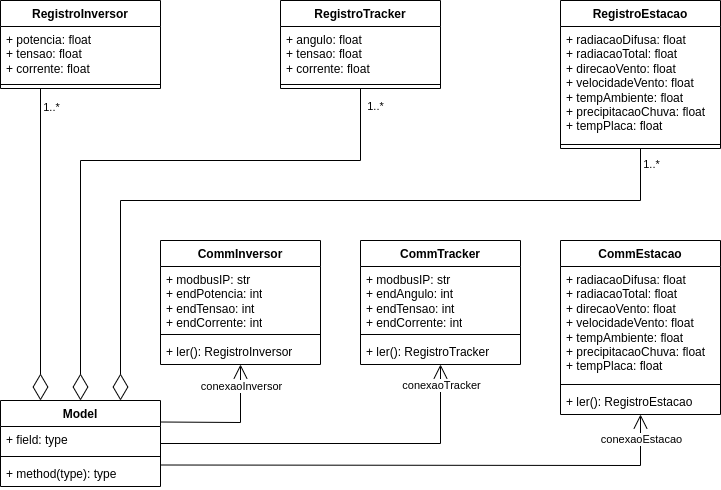
This is diagrama de classes.drawio.png from jaedson-barbosa/supervisorio-solar-ufpb-docs, a draw.io export, as it was before one commit. Source tidied: cells renumbered, new cells last; positions are measured from the earlier drawing's top-left corner, leaving out a move shared by most shapes.
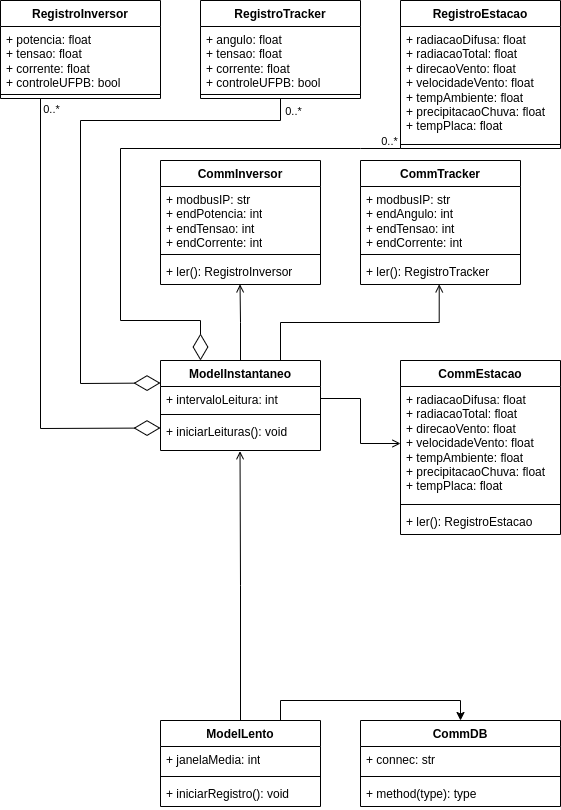
After the change.

The edit, as a diff of the source:
```diff
@@ -3,25 +3,25 @@
     <mxCell id="0" />
     <mxCell id="1" parent="0" />
     <mxCell id="2" value="RegistroInversor" style="swimlane;fontStyle=1;align=center;verticalAlign=top;horizontal=1;startSize=26;whiteSpace=wrap;html=1;" parent="1" vertex="1">
-      <mxGeometry width="160" height="88" as="geometry" />
+      <mxGeometry x="-40" y="-40" width="160" height="98" as="geometry" />
     </mxCell>
-    <mxCell id="3" value="+ potencia: float&lt;br&gt;+ tensao: float&lt;br&gt;+ corrente: float" style="text;strokeColor=none;fillColor=none;align=left;verticalAlign=top;spacingLeft=4;spacingRight=4;overflow=hidden;whiteSpace=wrap;html=1;" parent="2" vertex="1">
-      <mxGeometry y="26" width="160" height="54" as="geometry" />
+    <mxCell id="3" value="+ potencia: float&lt;br&gt;+ tensao: float&lt;br&gt;+ corrente: float&lt;br&gt;+ controleUFPB: bool" style="text;strokeColor=none;fillColor=none;align=left;verticalAlign=top;spacingLeft=4;spacingRight=4;overflow=hidden;whiteSpace=wrap;html=1;" parent="2" vertex="1">
+      <mxGeometry y="26" width="160" height="64" as="geometry" />
     </mxCell>
     <mxCell id="4" style="line;strokeWidth=1;fillColor=none;align=left;verticalAlign=middle;spacingTop=-1;spacingLeft=3;spacingRight=3;labelPosition=right;strokeColor=inherit;" parent="2" vertex="1">
-      <mxGeometry y="80" width="160" height="8" as="geometry" />
+      <mxGeometry y="90" width="160" height="8" as="geometry" />
     </mxCell>
     <mxCell id="5" value="RegistroTracker" style="swimlane;fontStyle=1;align=center;verticalAlign=top;horizontal=1;startSize=26;whiteSpace=wrap;html=1;" parent="1" vertex="1">
-      <mxGeometry x="280" width="160" height="88" as="geometry" />
+      <mxGeometry x="160" y="-40" width="160" height="98" as="geometry" />
     </mxCell>
-    <mxCell id="6" value="+ angulo: float&lt;br&gt;+ tensao: float&lt;br&gt;+ corrente: float" style="text;strokeColor=none;fillColor=none;align=left;verticalAlign=top;spacingLeft=4;spacingRight=4;overflow=hidden;whiteSpace=wrap;html=1;" parent="5" vertex="1">
-      <mxGeometry y="26" width="160" height="54" as="geometry" />
+    <mxCell id="6" value="+ angulo: float&lt;br&gt;+ tensao: float&lt;br&gt;+ corrente: float&lt;br&gt;+ controleUFPB: bool" style="text;strokeColor=none;fillColor=none;align=left;verticalAlign=top;spacingLeft=4;spacingRight=4;overflow=hidden;whiteSpace=wrap;html=1;" parent="5" vertex="1">
+      <mxGeometry y="26" width="160" height="64" as="geometry" />
     </mxCell>
     <mxCell id="7" style="line;strokeWidth=1;fillColor=none;align=left;verticalAlign=middle;spacingTop=-1;spacingLeft=3;spacingRight=3;labelPosition=right;strokeColor=inherit;" parent="5" vertex="1">
-      <mxGeometry y="80" width="160" height="8" as="geometry" />
+      <mxGeometry y="90" width="160" height="8" as="geometry" />
     </mxCell>
     <mxCell id="8" value="RegistroEstacao" style="swimlane;fontStyle=1;align=center;verticalAlign=top;horizontal=1;startSize=26;whiteSpace=wrap;html=1;" parent="1" vertex="1">
-      <mxGeometry x="560" width="160" height="148" as="geometry" />
+      <mxGeometry x="360" y="-40" width="160" height="148" as="geometry" />
     </mxCell>
     <mxCell id="9" value="+ radiacaoDifusa: float&lt;br&gt;+ radiacaoTotal: float&lt;br&gt;+ direcaoVento: float&lt;br&gt;+ velocidadeVento: float&lt;br&gt;+ tempAmbiente: float&lt;br&gt;+ precipitacaoChuva: float&lt;br&gt;+ tempPlaca: float" style="text;strokeColor=none;fillColor=none;align=left;verticalAlign=top;spacingLeft=4;spacingRight=4;overflow=hidden;whiteSpace=wrap;html=1;" parent="8" vertex="1">
       <mxGeometry y="26" width="160" height="114" as="geometry" />
@@ -29,54 +29,49 @@
     <mxCell id="10" style="line;strokeWidth=1;fillColor=none;align=left;verticalAlign=middle;spacingTop=-1;spacingLeft=3;spacingRight=3;labelPosition=right;strokeColor=inherit;" parent="8" vertex="1">
       <mxGeometry y="140" width="160" height="8" as="geometry" />
     </mxCell>
-    <mxCell id="11" value="Model" style="swimlane;fontStyle=1;align=center;verticalAlign=top;horizontal=1;startSize=26;whiteSpace=wrap;html=1;" parent="1" vertex="1">
-      <mxGeometry y="400" width="160" height="86" as="geometry" />
-    </mxCell>
-    <mxCell id="12" value="+ field: type" style="text;strokeColor=none;fillColor=none;align=left;verticalAlign=top;spacingLeft=4;spacingRight=4;overflow=hidden;points=[[0,0.5],[1,0.5]];portConstraint=eastwest;whiteSpace=wrap;html=1;" parent="11" vertex="1">
-      <mxGeometry y="26" width="160" height="26" as="geometry" />
-    </mxCell>
-    <mxCell id="13" style="line;strokeWidth=1;fillColor=none;align=left;verticalAlign=middle;spacingTop=-1;spacingLeft=3;spacingRight=3;labelPosition=right;strokeColor=inherit;" parent="11" vertex="1">
-      <mxGeometry y="52" width="160" height="8" as="geometry" />
-    </mxCell>
-    <mxCell id="14" value="+ method(type): type" style="text;strokeColor=none;fillColor=none;align=left;verticalAlign=top;spacingLeft=4;spacingRight=4;overflow=hidden;points=[[0,0.5],[1,0.5]];portConstraint=eastwest;whiteSpace=wrap;html=1;" parent="11" vertex="1">
-      <mxGeometry y="60" width="160" height="26" as="geometry" />
-    </mxCell>
-    <mxCell id="15" style="endArrow=diamondThin;endFill=0;endSize=24;html=1;rounded=0;entryX=0.25;entryY=0;entryDx=0;entryDy=0;exitX=0.25;exitY=1;exitDx=0;exitDy=0;" parent="1" edge="1" source="2" target="11">
-      <mxGeometry relative="1" as="geometry" />
+    <mxCell id="15" style="endArrow=diamondThin;endFill=0;endSize=24;html=1;rounded=0;exitX=0.25;exitY=1;exitDx=0;exitDy=0;entryX=0;entryY=0.75;entryDx=0;entryDy=0;" parent="1" edge="1" source="2" target="11">
+      <mxGeometry relative="1" as="geometry">
+        <Array as="points">
+          <mxPoint y="388" />
+        </Array>
+      </mxGeometry>
     </mxCell>
-    <mxCell id="16" value="1..*" style="edgeLabel;html=1;align=center;verticalAlign=middle;" parent="15" vertex="1">
+    <mxCell id="16" value="0..*" style="edgeLabel;html=1;align=center;verticalAlign=middle;" parent="15" vertex="1">
       <mxGeometry x="-0.7" y="2" relative="1" as="geometry">
-        <mxPoint x="8" y="-29" as="offset" />
+        <mxPoint x="8" y="-58" as="offset" />
       </mxGeometry>
     </mxCell>
-    <mxCell id="17" style="endArrow=diamondThin;endFill=0;endSize=24;html=1;rounded=0;entryX=0.5;entryY=0;entryDx=0;entryDy=0;exitX=0.5;exitY=1;exitDx=0;exitDy=0;" parent="1" edge="1" source="5" target="11">
+    <mxCell id="17" style="endArrow=diamondThin;endFill=0;endSize=24;html=1;rounded=0;exitX=0.5;exitY=1;exitDx=0;exitDy=0;entryX=0;entryY=0.25;entryDx=0;entryDy=0;" parent="1" edge="1" source="5" target="11">
       <mxGeometry relative="1" as="geometry">
         <Array as="points">
-          <mxPoint x="360" y="160" />
-          <mxPoint x="80" y="160" />
+          <mxPoint x="240" y="80" />
+          <mxPoint x="40" y="80" />
+          <mxPoint x="40" y="343" />
         </Array>
       </mxGeometry>
     </mxCell>
-    <mxCell id="18" value="1..*" style="edgeLabel;html=1;align=center;verticalAlign=middle;" parent="17" vertex="1">
+    <mxCell id="18" value="0..*" style="edgeLabel;html=1;align=center;verticalAlign=middle;" parent="17" vertex="1">
       <mxGeometry x="-0.96" relative="1" as="geometry">
-        <mxPoint x="14" y="4" as="offset" />
+        <mxPoint x="12" as="offset" />
       </mxGeometry>
     </mxCell>
-    <mxCell id="19" style="endArrow=diamondThin;endFill=0;endSize=24;html=1;rounded=0;entryX=0.75;entryY=0;entryDx=0;entryDy=0;exitX=0.5;exitY=1;exitDx=0;exitDy=0;" parent="1" edge="1" source="8" target="11">
+    <mxCell id="19" style="endArrow=diamondThin;endFill=0;endSize=24;html=1;rounded=0;exitX=0;exitY=1;exitDx=0;exitDy=0;entryX=0.25;entryY=0;entryDx=0;entryDy=0;" parent="1" edge="1" source="8" target="11">
       <mxGeometry relative="1" as="geometry">
         <Array as="points">
-          <mxPoint x="640" y="200" />
-          <mxPoint x="120" y="200" />
+          <mxPoint x="320" y="108" />
+          <mxPoint x="80" y="108" />
+          <mxPoint x="80" y="280" />
+          <mxPoint x="160" y="280" />
         </Array>
       </mxGeometry>
     </mxCell>
-    <mxCell id="20" value="1..*" style="edgeLabel;html=1;align=center;verticalAlign=middle;" parent="19" vertex="1">
-      <mxGeometry x="-0.96" y="2" relative="1" as="geometry">
-        <mxPoint x="8" as="offset" />
-      </mxGeometry>
-    </mxCell>
+    <mxCell id="39" value="0..*" style="edgeLabel;html=1;align=center;verticalAlign=middle;" parent="19" vertex="1">
+      <mxGeometry x="-0.96" y="1" relative="1" as="geometry">
+        <mxPoint y="-9" as="offset" />
+      </mxGeometry>
+    </mxCell>
     <mxCell id="21" value="CommInversor" style="swimlane;fontStyle=1;align=center;verticalAlign=top;horizontal=1;startSize=26;whiteSpace=wrap;html=1;" parent="1" vertex="1">
-      <mxGeometry x="160" y="240" width="160" height="124" as="geometry" />
+      <mxGeometry x="120" y="120" width="160" height="124" as="geometry" />
     </mxCell>
     <mxCell id="22" value="+ modbusIP: str&lt;br&gt;+ endPotencia: int&lt;br&gt;+ endTensao: int&lt;br&gt;+ endCorrente: int" style="text;strokeColor=none;fillColor=none;align=left;verticalAlign=top;spacingLeft=4;spacingRight=4;overflow=hidden;whiteSpace=wrap;html=1;" parent="21" vertex="1">
       <mxGeometry y="26" width="160" height="64" as="geometry" />
@@ -88,7 +83,7 @@
       <mxGeometry y="98" width="160" height="26" as="geometry" />
     </mxCell>
     <mxCell id="25" value="CommTracker" style="swimlane;fontStyle=1;align=center;verticalAlign=top;horizontal=1;startSize=26;whiteSpace=wrap;html=1;" parent="1" vertex="1">
-      <mxGeometry x="360" y="240" width="160" height="124" as="geometry" />
+      <mxGeometry x="320" y="120" width="160" height="124" as="geometry" />
     </mxCell>
     <mxCell id="26" value="+ modbusIP: str&lt;br&gt;+ endAngulo: int&lt;br&gt;+ endTensao: int&lt;br&gt;+ endCorrente: int" style="text;strokeColor=none;fillColor=none;align=left;verticalAlign=top;spacingLeft=4;spacingRight=4;overflow=hidden;whiteSpace=wrap;html=1;" parent="25" vertex="1">
       <mxGeometry y="26" width="160" height="64" as="geometry" />
@@ -99,42 +94,8 @@
     <mxCell id="28" value="+ ler(): RegistroTracker" style="text;strokeColor=none;fillColor=none;align=left;verticalAlign=top;spacingLeft=4;spacingRight=4;overflow=hidden;points=[[0,0.5],[1,0.5]];portConstraint=eastwest;whiteSpace=wrap;html=1;" parent="25" vertex="1">
       <mxGeometry y="98" width="160" height="26" as="geometry" />
     </mxCell>
-    <mxCell id="29" style="endArrow=open;endFill=1;endSize=12;html=1;rounded=0;exitX=1;exitY=0.25;exitDx=0;exitDy=0;entryX=0.5;entryY=1;entryDx=0;entryDy=0;" parent="1" edge="1" source="11" target="21">
-      <mxGeometry relative="1" as="geometry">
-        <Array as="points">
-          <mxPoint x="240" y="422" />
-        </Array>
-      </mxGeometry>
-    </mxCell>
-    <mxCell id="30" value="conexaoInversor" style="edgeLabel;html=1;align=center;verticalAlign=middle;" parent="29" vertex="1">
-      <mxGeometry x="0.84" y="2" relative="1" as="geometry">
-        <mxPoint x="2" y="10" as="offset" />
-      </mxGeometry>
-    </mxCell>
-    <mxCell id="31" style="endArrow=open;endFill=1;endSize=12;html=1;rounded=0;entryX=0.5;entryY=1;entryDx=0;entryDy=0;exitX=1;exitY=0.5;exitDx=0;exitDy=0;" parent="1" edge="1" source="11" target="25">
-      <mxGeometry relative="1" as="geometry">
-        <Array as="points">
-          <mxPoint x="440" y="443" />
-        </Array>
-      </mxGeometry>
-    </mxCell>
-    <mxCell id="32" value="conexaoTracker" style="edgeLabel;html=1;align=center;verticalAlign=middle;" parent="31" vertex="1">
-      <mxGeometry x="0.89" relative="1" as="geometry" />
-    </mxCell>
-    <mxCell id="33" style="endArrow=open;endFill=1;endSize=12;html=1;rounded=0;exitX=1;exitY=0.75;exitDx=0;exitDy=0;entryX=0.5;entryY=1;entryDx=0;entryDy=0;" parent="1" edge="1" source="11" target="35">
-      <mxGeometry relative="1" as="geometry">
-        <Array as="points">
-          <mxPoint x="640" y="465" />
-        </Array>
-      </mxGeometry>
-    </mxCell>
-    <mxCell id="34" value="conexaoEstacao" style="edgeLabel;html=1;align=center;verticalAlign=middle;" parent="33" vertex="1">
-      <mxGeometry x="0.93" relative="1" as="geometry">
-        <mxPoint y="5" as="offset" />
-      </mxGeometry>
-    </mxCell>
     <mxCell id="35" value="CommEstacao" style="swimlane;fontStyle=1;align=center;verticalAlign=top;horizontal=1;startSize=26;whiteSpace=wrap;html=1;" parent="1" vertex="1">
-      <mxGeometry x="560" y="240" width="160" height="174" as="geometry" />
+      <mxGeometry x="360" y="320" width="160" height="174" as="geometry" />
     </mxCell>
     <mxCell id="36" value="+ radiacaoDifusa: float&lt;br style=&quot;border-color: var(--border-color);&quot;&gt;+ radiacaoTotal: float&lt;br style=&quot;border-color: var(--border-color);&quot;&gt;+ direcaoVento: float&lt;br style=&quot;border-color: var(--border-color);&quot;&gt;+ velocidadeVento: float&lt;br style=&quot;border-color: var(--border-color);&quot;&gt;+ tempAmbiente: float&lt;br style=&quot;border-color: var(--border-color);&quot;&gt;+ precipitacaoChuva: float&lt;br style=&quot;border-color: var(--border-color);&quot;&gt;+ tempPlaca: float" style="text;strokeColor=none;fillColor=none;align=left;verticalAlign=top;spacingLeft=4;spacingRight=4;overflow=hidden;points=[[0,0.5],[1,0.5]];portConstraint=eastwest;whiteSpace=wrap;html=1;" parent="35" vertex="1">
       <mxGeometry y="26" width="160" height="114" as="geometry" />
@@ -145,5 +106,56 @@
     <mxCell id="38" value="+ ler():&amp;nbsp;RegistroEstacao" style="text;strokeColor=none;fillColor=none;align=left;verticalAlign=top;spacingLeft=4;spacingRight=4;overflow=hidden;whiteSpace=wrap;html=1;" parent="35" vertex="1">
       <mxGeometry y="148" width="160" height="26" as="geometry" />
     </mxCell>
+    <mxCell id="40" style="edgeStyle=orthogonalEdgeStyle;rounded=0;jettySize=auto;html=1;exitX=0.5;exitY=0;exitDx=0;exitDy=0;entryX=0.497;entryY=1.023;entryDx=0;entryDy=0;entryPerimeter=0;endArrow=open;endFill=0;" parent="1" edge="1" source="42" target="14">
+      <mxGeometry relative="1" as="geometry" />
+    </mxCell>
+    <mxCell id="41" style="edgeStyle=orthogonalEdgeStyle;rounded=0;jettySize=auto;html=1;exitX=0.75;exitY=0;exitDx=0;exitDy=0;entryX=0.5;entryY=0;entryDx=0;entryDy=0;" parent="1" edge="1" source="42" target="46">
+      <mxGeometry relative="1" as="geometry" />
+    </mxCell>
+    <mxCell id="42" value="ModelLento" style="swimlane;fontStyle=1;align=center;verticalAlign=top;horizontal=1;startSize=26;whiteSpace=wrap;html=1;" parent="1" vertex="1">
+      <mxGeometry x="120" y="680" width="160" height="86" as="geometry" />
+    </mxCell>
+    <mxCell id="43" value="+ janelaMedia: int" style="text;strokeColor=none;fillColor=none;align=left;verticalAlign=top;spacingLeft=4;spacingRight=4;overflow=hidden;whiteSpace=wrap;html=1;" parent="42" vertex="1">
+      <mxGeometry y="26" width="160" height="26" as="geometry" />
+    </mxCell>
+    <mxCell id="44" style="line;strokeWidth=1;fillColor=none;align=left;verticalAlign=middle;spacingTop=-1;spacingLeft=3;spacingRight=3;labelPosition=right;strokeColor=inherit;" parent="42" vertex="1">
+      <mxGeometry y="52" width="160" height="8" as="geometry" />
+    </mxCell>
+    <mxCell id="45" value="+ iniciarRegistro(): void" style="text;strokeColor=none;fillColor=none;align=left;verticalAlign=top;spacingLeft=4;spacingRight=4;overflow=hidden;whiteSpace=wrap;html=1;" parent="42" vertex="1">
+      <mxGeometry y="60" width="160" height="26" as="geometry" />
+    </mxCell>
+    <mxCell id="46" value="CommDB" style="swimlane;fontStyle=1;align=center;verticalAlign=top;horizontal=1;startSize=26;whiteSpace=wrap;html=1;" parent="1" vertex="1">
+      <mxGeometry x="320" y="680" width="200" height="86" as="geometry" />
+    </mxCell>
+    <mxCell id="47" value="+ connec: str" style="text;strokeColor=none;fillColor=none;align=left;verticalAlign=top;spacingLeft=4;spacingRight=4;overflow=hidden;whiteSpace=wrap;html=1;" parent="46" vertex="1">
+      <mxGeometry y="26" width="200" height="26" as="geometry" />
+    </mxCell>
+    <mxCell id="48" style="line;strokeWidth=1;fillColor=none;align=left;verticalAlign=middle;spacingTop=-1;spacingLeft=3;spacingRight=3;labelPosition=right;strokeColor=inherit;" parent="46" vertex="1">
+      <mxGeometry y="52" width="200" height="8" as="geometry" />
+    </mxCell>
+    <mxCell id="49" value="+ method(type): type" style="text;strokeColor=none;fillColor=none;align=left;verticalAlign=top;spacingLeft=4;spacingRight=4;overflow=hidden;whiteSpace=wrap;html=1;" parent="46" vertex="1">
+      <mxGeometry y="60" width="200" height="26" as="geometry" />
+    </mxCell>
+    <mxCell id="50" style="edgeStyle=orthogonalEdgeStyle;rounded=0;jettySize=auto;html=1;exitX=0.75;exitY=0;exitDx=0;exitDy=0;entryX=0.492;entryY=0.994;entryDx=0;entryDy=0;entryPerimeter=0;endArrow=open;endFill=0;" parent="1" edge="1" source="11" target="28">
+      <mxGeometry relative="1" as="geometry" />
+    </mxCell>
+    <mxCell id="51" style="edgeStyle=orthogonalEdgeStyle;rounded=0;jettySize=auto;html=1;exitX=0.5;exitY=0;exitDx=0;exitDy=0;entryX=0.497;entryY=0.994;entryDx=0;entryDy=0;entryPerimeter=0;endArrow=open;endFill=0;" parent="1" edge="1" source="11" target="24">
+      <mxGeometry relative="1" as="geometry" />
+    </mxCell>
+    <mxCell id="11" value="ModelInstantaneo" style="swimlane;fontStyle=1;align=center;verticalAlign=top;horizontal=1;startSize=26;whiteSpace=wrap;html=1;" parent="1" vertex="1">
+      <mxGeometry x="120" y="320" width="160" height="90" as="geometry" />
+    </mxCell>
+    <mxCell id="12" value="+ intervaloLeitura: int" style="text;strokeColor=none;fillColor=none;align=left;verticalAlign=top;spacingLeft=4;spacingRight=4;overflow=hidden;points=[[0,0.5],[1,0.5]];portConstraint=eastwest;whiteSpace=wrap;html=1;" parent="11" vertex="1">
+      <mxGeometry y="26" width="160" height="24" as="geometry" />
+    </mxCell>
+    <mxCell id="13" style="line;strokeWidth=1;fillColor=none;align=left;verticalAlign=middle;spacingTop=-1;spacingLeft=3;spacingRight=3;labelPosition=right;strokeColor=inherit;" parent="11" vertex="1">
+      <mxGeometry y="50" width="160" height="8" as="geometry" />
+    </mxCell>
+    <mxCell id="14" value="+ iniciarLeituras(): void" style="text;strokeColor=none;fillColor=none;align=left;verticalAlign=top;spacingLeft=4;spacingRight=4;overflow=hidden;points=[[0,0.5],[1,0.5]];portConstraint=eastwest;whiteSpace=wrap;html=1;" parent="11" vertex="1">
+      <mxGeometry y="58" width="160" height="32" as="geometry" />
+    </mxCell>
+    <mxCell id="52" style="edgeStyle=orthogonalEdgeStyle;rounded=0;jettySize=auto;html=1;exitX=1;exitY=0.5;exitDx=0;exitDy=0;entryX=0;entryY=0.5;entryDx=0;entryDy=0;endArrow=open;endFill=0;" parent="1" edge="1" source="12" target="36">
+      <mxGeometry relative="1" as="geometry" />
+    </mxCell>
   </root>
 </mxGraphModel>
```
